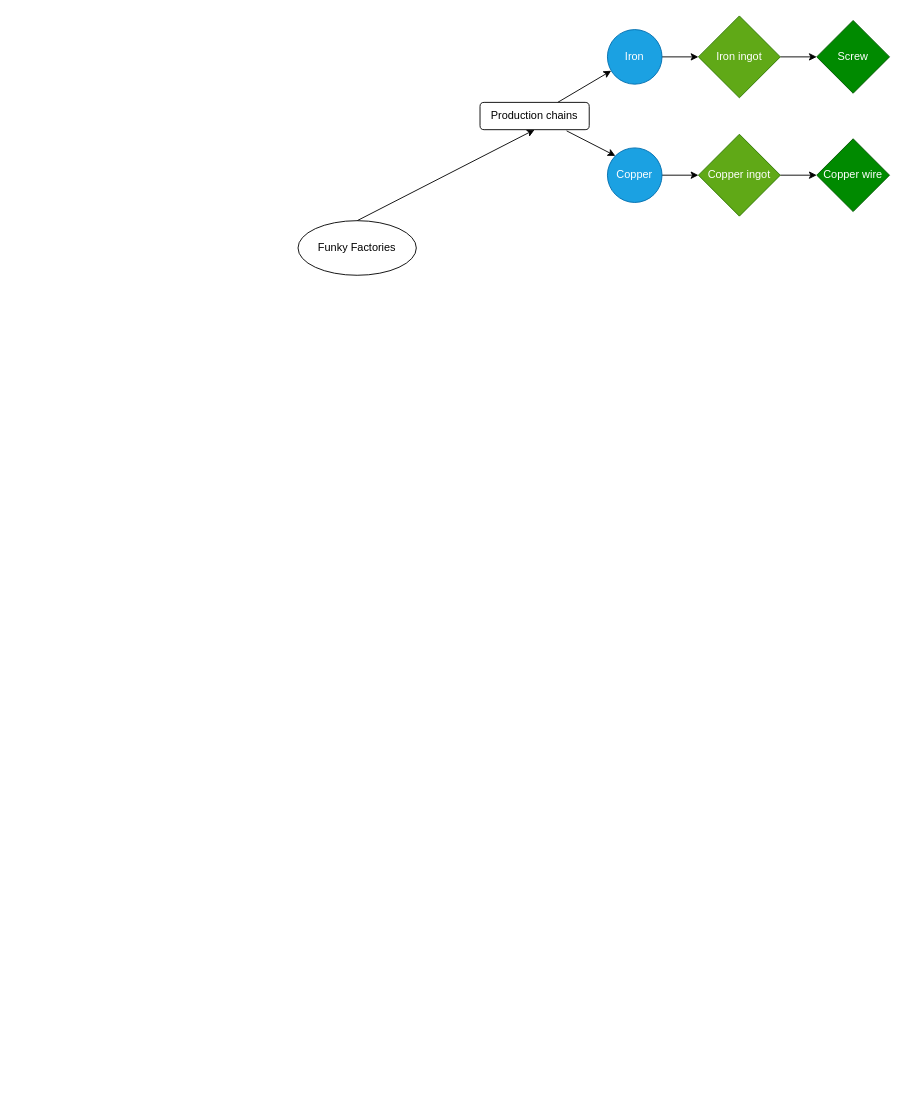
Before: gamedesign/FunkyFactories.drawio in Prozilla/Funky-Food-Factory, a draw.io diagram. Source tidied: cells renumbered, new cells numbered last; positions are measured from the earlier drawing's top-left corner, leaving out a move shared by most shapes. Both pictures are drawn from the tidied source at 91%, with x=0, y=0 at pixel (298, 15).
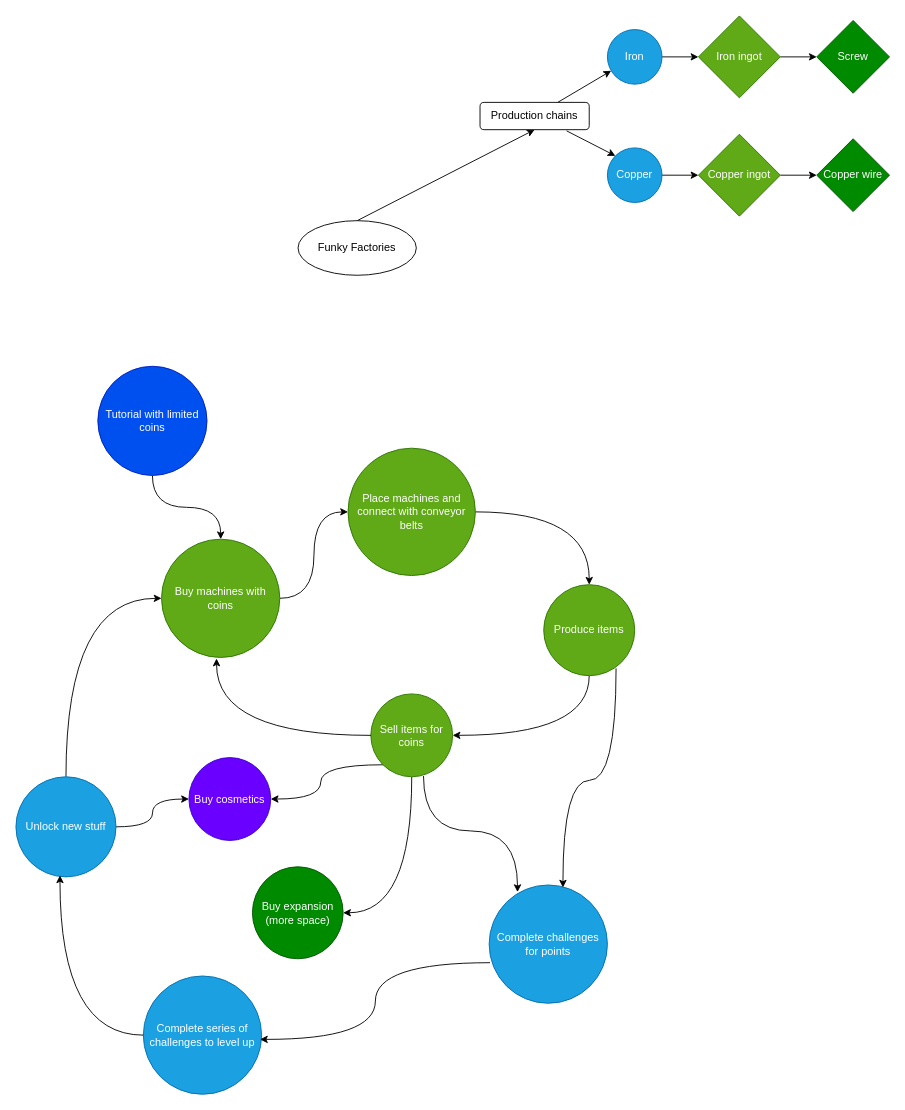
Above is the later version.

What changed in the source:
```diff
@@
+    <mxCell id="17" style="edgeStyle=orthogonalEdgeStyle;rounded=0;jettySize=auto;html=1;entryX=0;entryY=0.5;entryDx=0;entryDy=0;curved=1;" parent="1" edge="1" source="18" target="20">
+      <mxGeometry relative="1" as="geometry" />
+    </mxCell>
+    <mxCell id="18" value="Buy machines with coins" style="ellipse;whiteSpace=wrap;html=1;fillColor=#60a917;fontColor=#ffffff;strokeColor=#2D7600;" parent="1" vertex="1">
+      <mxGeometry x="-150" y="575" width="130" height="130" as="geometry" />
+    </mxCell>
+    <mxCell id="19" style="edgeStyle=orthogonalEdgeStyle;rounded=0;jettySize=auto;html=1;entryX=0.5;entryY=0;entryDx=0;entryDy=0;curved=1;" parent="1" edge="1" source="20" target="22">
+      <mxGeometry relative="1" as="geometry" />
+    </mxCell>
+    <mxCell id="20" value="Place machines and connect with conveyor belts" style="ellipse;whiteSpace=wrap;html=1;fillColor=#60a917;fontColor=#ffffff;strokeColor=#2D7600;" parent="1" vertex="1">
+      <mxGeometry x="54.9" y="475" width="140" height="140" as="geometry" />
+    </mxCell>
+    <mxCell id="21" style="edgeStyle=orthogonalEdgeStyle;rounded=0;jettySize=auto;html=1;entryX=1;entryY=0.5;entryDx=0;entryDy=0;curved=1;exitX=0.5;exitY=1;exitDx=0;exitDy=0;" parent="1" edge="1" source="22" target="26">
+      <mxGeometry relative="1" as="geometry" />
+    </mxCell>
+    <mxCell id="22" value="Produce items" style="ellipse;whiteSpace=wrap;html=1;fillColor=#60a917;fontColor=#ffffff;strokeColor=#2D7600;" parent="1" vertex="1">
+      <mxGeometry x="270" y="625" width="100" height="100" as="geometry" />
+    </mxCell>
+    <mxCell id="23" style="edgeStyle=orthogonalEdgeStyle;rounded=0;jettySize=auto;html=1;entryX=1;entryY=0.5;entryDx=0;entryDy=0;exitX=0;exitY=1;exitDx=0;exitDy=0;curved=1;" parent="1" edge="1" source="26" target="38">
+      <mxGeometry relative="1" as="geometry" />
+    </mxCell>
+    <mxCell id="24" style="edgeStyle=orthogonalEdgeStyle;rounded=0;jettySize=auto;html=1;exitX=0.644;exitY=0.991;exitDx=0;exitDy=0;exitPerimeter=0;curved=1;entryX=0.24;entryY=0.06;entryDx=0;entryDy=0;entryPerimeter=0;" parent="1" edge="1" source="26" target="28">
+      <mxGeometry relative="1" as="geometry" />
+    </mxCell>
+    <mxCell id="25" style="edgeStyle=orthogonalEdgeStyle;rounded=0;jettySize=auto;html=1;entryX=1;entryY=0.5;entryDx=0;entryDy=0;exitX=0.5;exitY=1;exitDx=0;exitDy=0;curved=1;" parent="1" edge="1" source="26" target="39">
+      <mxGeometry relative="1" as="geometry" />
+    </mxCell>
+    <mxCell id="26" value="Sell items for coins" style="ellipse;whiteSpace=wrap;html=1;fillColor=#60a917;fontColor=#ffffff;strokeColor=#2D7600;" parent="1" vertex="1">
+      <mxGeometry x="80" y="745" width="89.9" height="91.1" as="geometry" />
+    </mxCell>
+    <mxCell id="27" style="edgeStyle=orthogonalEdgeStyle;rounded=0;jettySize=auto;html=1;entryX=0.465;entryY=1.009;entryDx=0;entryDy=0;entryPerimeter=0;curved=1;" parent="1" edge="1" source="26" target="18">
+      <mxGeometry relative="1" as="geometry" />
+    </mxCell>
+    <mxCell id="28" value="Complete challenges for points" style="ellipse;whiteSpace=wrap;html=1;fillColor=#1ba1e2;fontColor=#ffffff;strokeColor=#006EAF;" parent="1" vertex="1">
+      <mxGeometry x="210" y="955" width="130" height="130" as="geometry" />
+    </mxCell>
+    <mxCell id="29" style="edgeStyle=orthogonalEdgeStyle;rounded=0;jettySize=auto;html=1;entryX=0.624;entryY=0.022;entryDx=0;entryDy=0;curved=1;exitX=0.795;exitY=0.92;exitDx=0;exitDy=0;exitPerimeter=0;entryPerimeter=0;" parent="1" edge="1" source="22" target="28">
+      <mxGeometry relative="1" as="geometry" />
+    </mxCell>
+    <mxCell id="30" value="Complete series of challenges to level up" style="ellipse;whiteSpace=wrap;html=1;fillColor=#1ba1e2;fontColor=#ffffff;strokeColor=#006EAF;" parent="1" vertex="1">
+      <mxGeometry x="-170" y="1055" width="130" height="130" as="geometry" />
+    </mxCell>
+    <mxCell id="31" style="edgeStyle=orthogonalEdgeStyle;rounded=0;jettySize=auto;html=1;entryX=0.986;entryY=0.536;entryDx=0;entryDy=0;entryPerimeter=0;curved=1;exitX=0.008;exitY=0.657;exitDx=0;exitDy=0;exitPerimeter=0;" parent="1" edge="1" source="28" target="30">
+      <mxGeometry relative="1" as="geometry" />
+    </mxCell>
+    <mxCell id="32" style="edgeStyle=orthogonalEdgeStyle;rounded=0;jettySize=auto;html=1;entryX=0;entryY=0.5;entryDx=0;entryDy=0;curved=1;exitX=0.5;exitY=0;exitDx=0;exitDy=0;" parent="1" edge="1" source="34" target="18">
+      <mxGeometry relative="1" as="geometry" />
+    </mxCell>
+    <mxCell id="33" style="edgeStyle=orthogonalEdgeStyle;rounded=0;jettySize=auto;html=1;entryX=0;entryY=0.5;entryDx=0;entryDy=0;curved=1;" parent="1" edge="1" source="34" target="38">
+      <mxGeometry relative="1" as="geometry" />
+    </mxCell>
+    <mxCell id="34" value="Unlock new stuff" style="ellipse;whiteSpace=wrap;html=1;fillColor=#1ba1e2;fontColor=#ffffff;strokeColor=#006EAF;" parent="1" vertex="1">
+      <mxGeometry x="-310" y="836.1" width="110" height="110" as="geometry" />
+    </mxCell>
+    <mxCell id="35" style="edgeStyle=orthogonalEdgeStyle;rounded=0;jettySize=auto;html=1;entryX=0.44;entryY=0.985;entryDx=0;entryDy=0;entryPerimeter=0;curved=1;" parent="1" edge="1" source="30" target="34">
+      <mxGeometry relative="1" as="geometry" />
+    </mxCell>
+    <mxCell id="36" style="edgeStyle=orthogonalEdgeStyle;rounded=0;jettySize=auto;html=1;entryX=0.5;entryY=0;entryDx=0;entryDy=0;curved=1;" parent="1" edge="1" source="37" target="18">
+      <mxGeometry relative="1" as="geometry" />
+    </mxCell>
+    <mxCell id="37" value="Tutorial with limited coins" style="ellipse;whiteSpace=wrap;html=1;fillColor=#0050ef;fontColor=#ffffff;strokeColor=#001DBC;" parent="1" vertex="1">
+      <mxGeometry x="-220" y="385" width="120" height="120" as="geometry" />
+    </mxCell>
+    <mxCell id="38" value="Buy cosmetics" style="ellipse;whiteSpace=wrap;html=1;fillColor=#6a00ff;fontColor=#ffffff;strokeColor=#3700CC;" parent="1" vertex="1">
+      <mxGeometry x="-119.9" y="815" width="89.9" height="91.1" as="geometry" />
+    </mxCell>
+    <mxCell id="39" value="Buy expansion (more space)" style="ellipse;whiteSpace=wrap;html=1;fillColor=#008a00;fontColor=#ffffff;strokeColor=#005700;" parent="1" vertex="1">
+      <mxGeometry x="-50.1" y="935" width="99.7" height="101.1" as="geometry" />
+    </mxCell>
```
